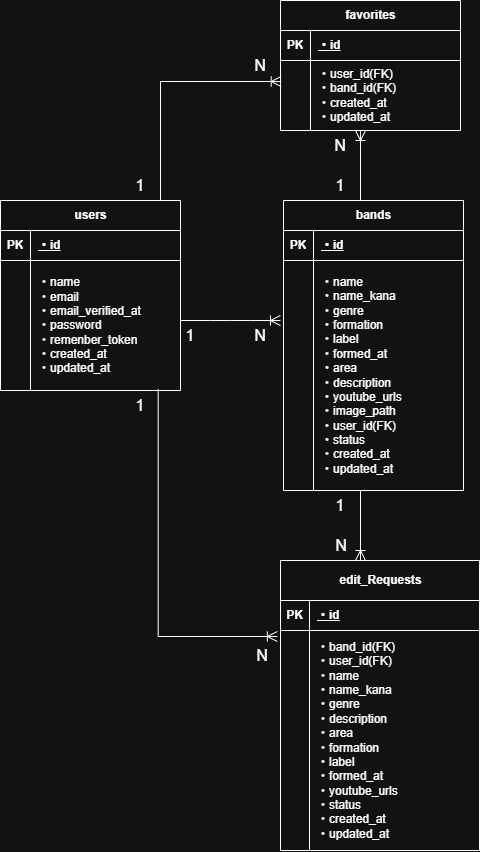
Before: images/erd.png, a diagram exported from draw.io (sabamogu/undertone-sns). Source tidied: cells renumbered, new cells last; positions are measured from the earlier drawing's top-left corner, leaving out a move shared by most shapes.
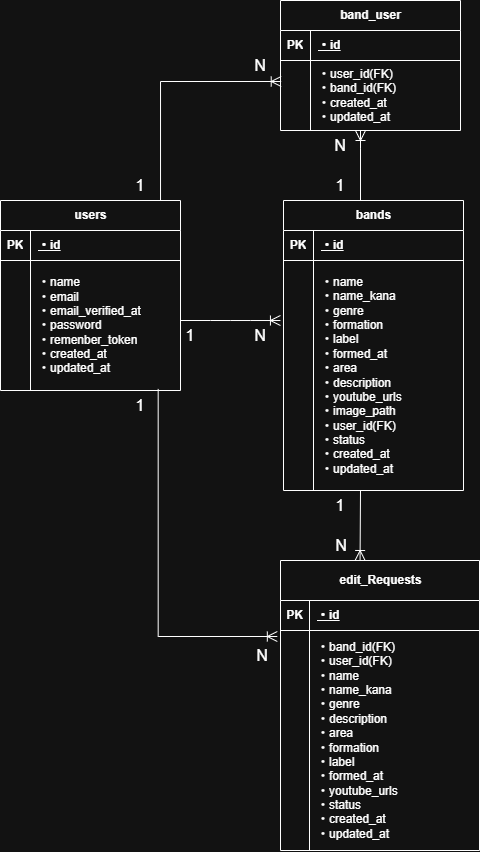
After the change.

Diff of the diagram source:
```diff
@@ -65,7 +65,7 @@
     <mxCell id="22" value="・band_id(FK)&lt;div&gt;・user_id(FK)&lt;/div&gt;&lt;div&gt;・name&lt;/div&gt;&lt;div&gt;・name_kana&lt;/div&gt;&lt;div&gt;・genre&lt;/div&gt;&lt;div&gt;・description&lt;/div&gt;&lt;div&gt;・area&lt;/div&gt;&lt;div&gt;・formation&lt;/div&gt;&lt;div&gt;・label&lt;/div&gt;&lt;div&gt;・formed_at&lt;/div&gt;&lt;div&gt;・youtube_urls&lt;/div&gt;&lt;div&gt;・status&lt;/div&gt;&lt;div&gt;・created_at&lt;/div&gt;&lt;div&gt;・updated_at&lt;/div&gt;" style="shape=partialRectangle;fillColor=none;top=0;left=0;bottom=0;right=0;align=left;spacingLeft=6;overflow=hidden;whiteSpace=wrap;html=1;" parent="20" vertex="1">
       <mxGeometry x="29" width="170" height="220" as="geometry" />
     </mxCell>
-    <mxCell id="23" value="favorites" style="shape=table;startSize=30;rowLines=0;fontStyle=1;align=center;html=1;" parent="1" vertex="1">
+    <mxCell id="23" value="band_user" style="shape=table;startSize=30;rowLines=0;fontStyle=1;align=center;html=1;" parent="1" vertex="1">
       <mxGeometry x="280" width="180" height="130" as="geometry" />
     </mxCell>
     <mxCell id="24" style="shape=tableRow;horizontal=0;startSize=0;swimlaneHead=0;swimlaneBody=0;fillColor=none;top=0;left=0;right=0;bottom=1;" parent="23" vertex="1">
```
